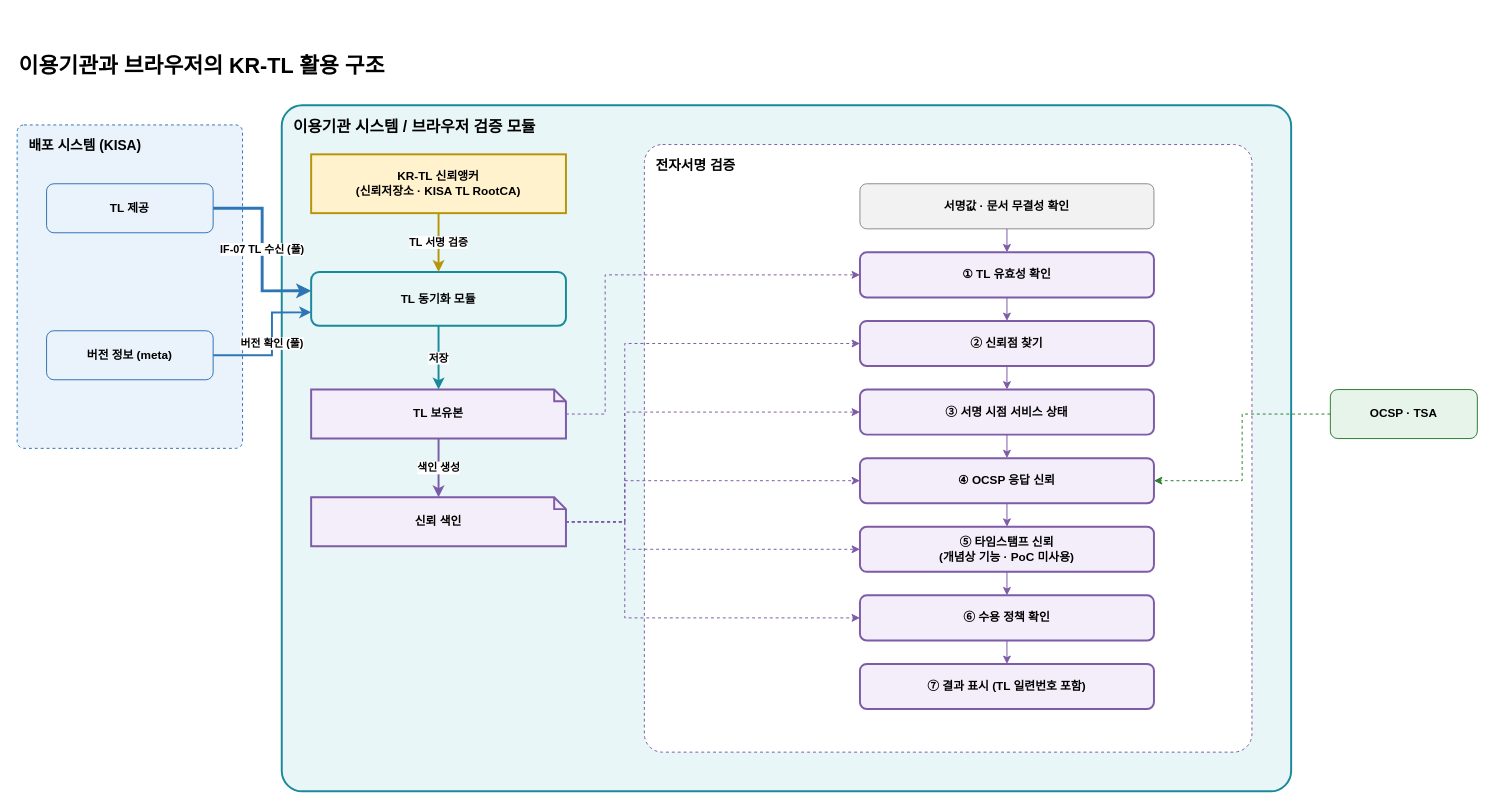
Earlier version of the draw.io diagram docs/design/KR-TL-관리시스템/완성본/diagrams/krtl-rp-tl-usage.drawio (yongsungkim-electcerti/kr-dss). Source tidied: cells renumbered, new cells numbered last; positions are measured from the earlier drawing's top-left corner, leaving out a move shared by most shapes. Both pictures are drawn from the tidied source at 98%, with x=0, y=0 at pixel (17, 46).
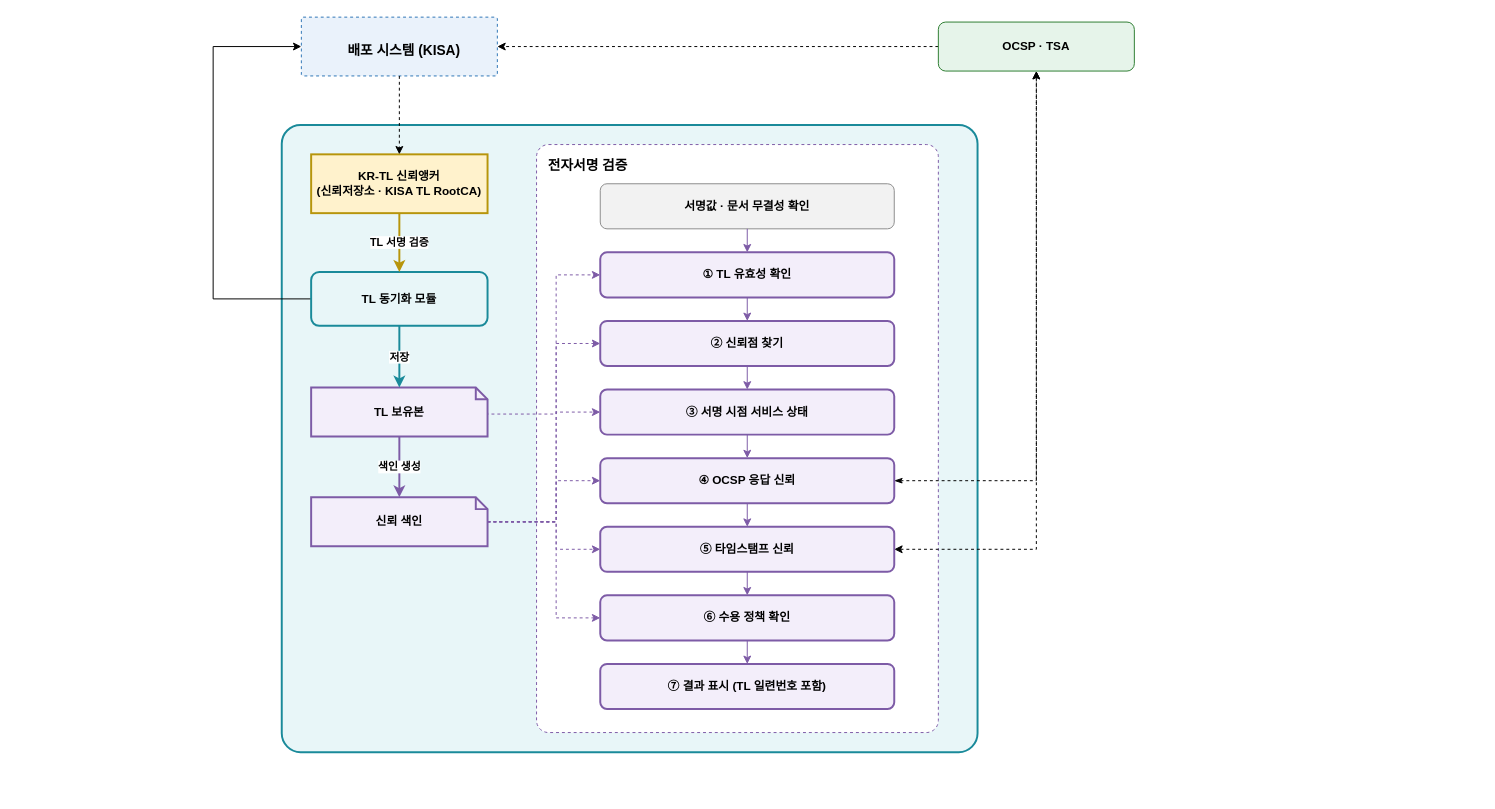
The same page after the edit.

Change to the diagram source:
```diff
@@
-<mxGraphModel>
+<mxGraphModel background="light-dark(#ffffff, #121212)">
@@
-    <mxCell id="2" value="이용기관과 브라우저의 KR-TL 활용 구조" style="text;html=1;fontSize=22;fontStyle=1;align=left;verticalAlign=middle;" parent="1" vertex="1">
-      <mxGeometry width="700" height="40" as="geometry" />
-    </mxCell>
-    <mxCell id="3" value="배포 시스템 (KISA)" style="rounded=1;arcSize=3;dashed=1;fillColor=#eaf2fb;strokeColor=#2e75b6;strokeWidth=1;fontStyle=1;fontSize=14;verticalAlign=top;align=left;spacingLeft=10;spacingTop=6;" parent="1" vertex="1">
-      <mxGeometry y="80" width="230" height="330" as="geometry" />
+    <mxCell id="3" value="배포 시스템 (KISA)" style="rounded=1;arcSize=3;dashed=1;fillColor=#eaf2fb;strokeColor=#2e75b6;strokeWidth=1;fontStyle=1;fontSize=14;verticalAlign=middle;align=center;spacingLeft=10;spacingTop=6;" parent="1" vertex="1">
+      <mxGeometry x="290" y="-30" width="200" height="60" as="geometry" />
     </mxCell>
-    <mxCell id="4" value="TL 제공" style="rounded=1;whiteSpace=wrap;html=1;fillColor=#eaf2fb;strokeColor=#2e75b6;strokeWidth=1;fontStyle=1;fontSize=12;" parent="1" vertex="1">
-      <mxGeometry x="30" y="140" width="170" height="50" as="geometry" />
-    </mxCell>
-    <mxCell id="5" value="버전 정보 (meta)" style="rounded=1;whiteSpace=wrap;html=1;fillColor=#eaf2fb;strokeColor=#2e75b6;strokeWidth=1;fontStyle=1;fontSize=12;" parent="1" vertex="1">
-      <mxGeometry x="30" y="290" width="170" height="50" as="geometry" />
-    </mxCell>
-    <mxCell id="6" value="이용기관 시스템 / 브라우저 검증 모듈" style="rounded=1;arcSize=3;fillColor=#e8f6f8;strokeColor=#1a8a9a;strokeWidth=2;fontStyle=1;fontSize=16;verticalAlign=top;align=left;spacingLeft=10;spacingTop=6;" parent="1" vertex="1">
-      <mxGeometry x="270" y="60" width="1030" height="700" as="geometry" />
+    <mxCell id="6" style="rounded=1;arcSize=3;fillColor=#e8f6f8;strokeColor=#1a8a9a;strokeWidth=2;fontStyle=1;fontSize=16;verticalAlign=top;align=left;spacingLeft=10;spacingTop=6;" parent="1" vertex="1">
+      <mxGeometry x="270" y="80" width="710" height="640" as="geometry" />
     </mxCell>
     <mxCell id="7" value="KR-TL 신뢰앵커&lt;br&gt;(신뢰저장소 · KISA TL RootCA)" style="rounded=0;whiteSpace=wrap;html=1;fillColor=#fff2cc;strokeColor=#b7950b;strokeWidth=2;fontStyle=1;fontSize=12;" parent="1" vertex="1">
-      <mxGeometry x="300" y="110" width="260" height="60" as="geometry" />
+      <mxGeometry x="300" y="110" width="180" height="60" as="geometry" />
     </mxCell>
+    <mxCell id="40" style="edgeStyle=orthogonalEdgeStyle;rounded=0;jettySize=auto;html=1;entryX=0;entryY=0.5;entryDx=0;entryDy=0;" parent="1" edge="1" source="8" target="3">
+      <mxGeometry x="0.13" relative="1" as="geometry">
+        <Array as="points">
+          <mxPoint x="200" y="257.5" />
+          <mxPoint x="200" />
+        </Array>
+      </mxGeometry>
+    </mxCell>
     <mxCell id="8" value="TL 동기화 모듈" style="rounded=1;whiteSpace=wrap;html=1;fillColor=#e8f6f8;strokeColor=#1a8a9a;strokeWidth=2;fontStyle=1;fontSize=12;" parent="1" vertex="1">
-      <mxGeometry x="300" y="230" width="260" height="55" as="geometry" />
+      <mxGeometry x="300" y="230" width="180" height="55" as="geometry" />
     </mxCell>
     <mxCell id="9" value="TL 보유본" style="shape=note;size=12;whiteSpace=wrap;html=1;fillColor=#f3eefa;strokeColor=#7d5ba6;strokeWidth=2;fontStyle=1;fontSize=12;" parent="1" vertex="1">
-      <mxGeometry x="300" y="350" width="260" height="50" as="geometry" />
+      <mxGeometry x="300" y="348" width="180" height="50" as="geometry" />
     </mxCell>
     <mxCell id="10" value="신뢰 색인" style="shape=note;size=12;whiteSpace=wrap;html=1;fillColor=#f3eefa;strokeColor=#7d5ba6;strokeWidth=2;fontStyle=1;fontSize=12;" parent="1" vertex="1">
-      <mxGeometry x="300" y="460" width="260" height="50" as="geometry" />
+      <mxGeometry x="300" y="460" width="180" height="50" as="geometry" />
     </mxCell>
     <mxCell id="11" value="전자서명 검증" style="rounded=1;arcSize=3;dashed=1;fillColor=#ffffff;strokeColor=#7d5ba6;strokeWidth=1;fontStyle=1;fontSize=14;verticalAlign=top;align=left;spacingLeft=10;spacingTop=6;" parent="1" vertex="1">
-      <mxGeometry x="640" y="100" width="620" height="620" as="geometry" />
+      <mxGeometry x="530" y="100" width="410" height="600" as="geometry" />
     </mxCell>
     <mxCell id="12" value="서명값 · 문서 무결성 확인" style="rounded=1;whiteSpace=wrap;html=1;fillColor=#f2f2f2;strokeColor=#8c8c8c;strokeWidth=1;fontStyle=1;fontSize=12;" parent="1" vertex="1">
-      <mxGeometry x="860" y="140" width="300" height="46" as="geometry" />
+      <mxGeometry x="595" y="140" width="300" height="46" as="geometry" />
     </mxCell>
     <mxCell id="13" value="① TL 유효성 확인" style="rounded=1;whiteSpace=wrap;html=1;fillColor=#f3eefa;strokeColor=#7d5ba6;strokeWidth=2;fontStyle=1;fontSize=12;" parent="1" vertex="1">
-      <mxGeometry x="860" y="210" width="300" height="46" as="geometry" />
+      <mxGeometry x="595" y="210" width="300" height="46" as="geometry" />
     </mxCell>
@@
     <mxCell id="15" value="② 신뢰점 찾기" style="rounded=1;whiteSpace=wrap;html=1;fillColor=#f3eefa;strokeColor=#7d5ba6;strokeWidth=2;fontStyle=1;fontSize=12;" parent="1" vertex="1">
-      <mxGeometry x="860" y="280" width="300" height="46" as="geometry" />
+      <mxGeometry x="595" y="280" width="300" height="46" as="geometry" />
     </mxCell>
@@
     <mxCell id="17" value="③ 서명 시점 서비스 상태" style="rounded=1;whiteSpace=wrap;html=1;fillColor=#f3eefa;strokeColor=#7d5ba6;strokeWidth=2;fontStyle=1;fontSize=12;" parent="1" vertex="1">
-      <mxGeometry x="860" y="350" width="300" height="46" as="geometry" />
+      <mxGeometry x="595" y="350" width="300" height="46" as="geometry" />
     </mxCell>
@@
+    <mxCell id="41" style="edgeStyle=orthogonalEdgeStyle;rounded=0;jettySize=auto;html=1;entryX=0.5;entryY=1;entryDx=0;entryDy=0;startArrow=classicThin;startFill=1;dashed=1;" parent="1" edge="1" source="19" target="27">
+      <mxGeometry relative="1" as="geometry" />
+    </mxCell>
     <mxCell id="19" value="④ OCSP 응답 신뢰" style="rounded=1;whiteSpace=wrap;html=1;fillColor=#f3eefa;strokeColor=#7d5ba6;strokeWidth=2;fontStyle=1;fontSize=12;" parent="1" vertex="1">
-      <mxGeometry x="860" y="420" width="300" height="46" as="geometry" />
+      <mxGeometry x="595" y="420" width="300" height="46" as="geometry" />
     </mxCell>
@@
+    <mxCell id="42" style="edgeStyle=orthogonalEdgeStyle;rounded=0;jettySize=auto;html=1;dashed=1;startArrow=classic;startFill=1;entryX=0.5;entryY=1;entryDx=0;entryDy=0;" parent="1" edge="1" source="21" target="27">
+      <mxGeometry x="-0.02" relative="1" as="geometry" />
+    </mxCell>
-    <mxCell id="21" value="⑤ 타임스탬프 신뢰&lt;br&gt;(개념상 기능 · PoC 미사용)" style="rounded=1;whiteSpace=wrap;html=1;fillColor=#f3eefa;strokeColor=#7d5ba6;strokeWidth=2;fontStyle=1;fontSize=12;" parent="1" vertex="1">
-      <mxGeometry x="860" y="490" width="300" height="46" as="geometry" />
+    <mxCell id="21" value="⑤ 타임스탬프 신뢰" style="rounded=1;whiteSpace=wrap;html=1;fillColor=#f3eefa;strokeColor=#7d5ba6;strokeWidth=2;fontStyle=1;fontSize=12;" parent="1" vertex="1">
+      <mxGeometry x="595" y="490" width="300" height="46" as="geometry" />
     </mxCell>
@@
     <mxCell id="23" value="⑥ 수용 정책 확인" style="rounded=1;whiteSpace=wrap;html=1;fillColor=#f3eefa;strokeColor=#7d5ba6;strokeWidth=2;fontStyle=1;fontSize=12;" parent="1" vertex="1">
-      <mxGeometry x="860" y="560" width="300" height="46" as="geometry" />
+      <mxGeometry x="595" y="560" width="300" height="46" as="geometry" />
     </mxCell>
@@
     <mxCell id="25" value="⑦ 결과 표시 (TL 일련번호 포함)" style="rounded=1;whiteSpace=wrap;html=1;fillColor=#f3eefa;strokeColor=#7d5ba6;strokeWidth=2;fontStyle=1;fontSize=12;" parent="1" vertex="1">
-      <mxGeometry x="860" y="630" width="300" height="46" as="geometry" />
+      <mxGeometry x="595" y="630" width="300" height="46" as="geometry" />
     </mxCell>
@@
+    <mxCell id="43" style="edgeStyle=orthogonalEdgeStyle;rounded=0;jettySize=auto;html=1;entryX=1;entryY=0.5;entryDx=0;entryDy=0;dashed=1;" parent="1" edge="1" source="27" target="3">
+      <mxGeometry relative="1" as="geometry" />
+    </mxCell>
-    <mxCell id="27" value="OCSP · TSA" style="rounded=1;whiteSpace=wrap;html=1;fillColor=#e6f4ea;strokeColor=#2e7d32;strokeWidth=1;fontStyle=1;fontSize=12;" parent="1" vertex="1">
-      <mxGeometry x="1340" y="350" width="150" height="50" as="geometry" />
+    <mxCell id="27" value="OCSP · TSA" style="rounded=1;whiteSpace=wrap;html=1;fillColor=#e6f4ea;strokeColor=#2e7d32;strokeWidth=1;fontStyle=1;fontSize=12;align=center;" parent="1" vertex="1">
+      <mxGeometry x="940" y="-25" width="200" height="50" as="geometry" />
     </mxCell>
-    <mxCell id="28" value="IF-07 TL 수신 (풀)" style="edgeStyle=orthogonalEdgeStyle;rounded=0;html=1;fontSize=11;fontStyle=1;labelBackgroundColor=#ffffff;strokeColor=#2e75b6;strokeWidth=3;exitX=1;exitY=0.5;entryX=0;entryY=0.35;" parent="1" edge="1" source="4" target="8">
-      <mxGeometry relative="1" as="geometry" />
-    </mxCell>
-    <mxCell id="29" value="버전 확인 (풀)" style="edgeStyle=orthogonalEdgeStyle;rounded=0;html=1;fontSize=11;fontStyle=1;labelBackgroundColor=#ffffff;strokeColor=#2e75b6;strokeWidth=2;exitX=1;exitY=0.5;entryX=0;entryY=0.75;" parent="1" edge="1" source="5" target="8">
-      <mxGeometry relative="1" as="geometry">
-        <Array as="points">
-          <mxPoint x="260" y="315" />
-          <mxPoint x="260" y="271" />
-        </Array>
-      </mxGeometry>
-    </mxCell>
@@
     <mxCell id="33" style="edgeStyle=orthogonalEdgeStyle;rounded=0;html=1;fontSize=11;fontStyle=1;labelBackgroundColor=#ffffff;strokeColor=#7d5ba6;strokeWidth=1;exitX=1;exitY=0.5;entryX=0;entryY=0.5;dashed=1;" parent="1" edge="1" source="9" target="13">
       <mxGeometry relative="1" as="geometry">
         <Array as="points">
-          <mxPoint x="600" y="375" />
-          <mxPoint x="600" y="233" />
+          <mxPoint x="550" y="375" />
+          <mxPoint x="550" y="233" />
         </Array>
       </mxGeometry>
     </mxCell>
     <mxCell id="34" style="edgeStyle=orthogonalEdgeStyle;rounded=0;html=1;fontSize=11;fontStyle=1;labelBackgroundColor=#ffffff;strokeColor=#7d5ba6;strokeWidth=1;exitX=1;exitY=0.5;entryX=0;entryY=0.5;dashed=1;" parent="1" edge="1" source="10" target="15">
       <mxGeometry relative="1" as="geometry">
         <Array as="points">
-          <mxPoint x="620" y="485" />
-          <mxPoint x="620" y="303" />
+          <mxPoint x="550" y="485" />
+          <mxPoint x="550" y="303" />
         </Array>
       </mxGeometry>
     </mxCell>
     <mxCell id="35" style="edgeStyle=orthogonalEdgeStyle;rounded=0;html=1;fontSize=11;fontStyle=1;labelBackgroundColor=#ffffff;strokeColor=#7d5ba6;strokeWidth=1;exitX=1;exitY=0.5;entryX=0;entryY=0.5;dashed=1;" parent="1" edge="1" source="10" target="17">
       <mxGeometry relative="1" as="geometry">
         <Array as="points">
-          <mxPoint x="620" y="485" />
-          <mxPoint x="620" y="373" />
+          <mxPoint x="550" y="485" />
+          <mxPoint x="550" y="373" />
         </Array>
       </mxGeometry>
     </mxCell>
     <mxCell id="36" style="edgeStyle=orthogonalEdgeStyle;rounded=0;html=1;fontSize=11;fontStyle=1;labelBackgroundColor=#ffffff;strokeColor=#7d5ba6;strokeWidth=1;exitX=1;exitY=0.5;entryX=0;entryY=0.5;dashed=1;" parent="1" edge="1" source="10" target="19">
       <mxGeometry relative="1" as="geometry">
         <Array as="points">
-          <mxPoint x="620" y="485" />
-          <mxPoint x="620" y="443" />
+          <mxPoint x="550" y="485" />
+          <mxPoint x="550" y="443" />
         </Array>
       </mxGeometry>
     </mxCell>
     <mxCell id="37" style="edgeStyle=orthogonalEdgeStyle;rounded=0;html=1;fontSize=11;fontStyle=1;labelBackgroundColor=#ffffff;strokeColor=#7d5ba6;strokeWidth=1;exitX=1;exitY=0.5;entryX=0;entryY=0.5;dashed=1;" parent="1" edge="1" source="10" target="21">
       <mxGeometry relative="1" as="geometry">
         <Array as="points">
-          <mxPoint x="620" y="485" />
-          <mxPoint x="620" y="513" />
+          <mxPoint x="550" y="485" />
+          <mxPoint x="550" y="513" />
         </Array>
       </mxGeometry>
     </mxCell>
     <mxCell id="38" style="edgeStyle=orthogonalEdgeStyle;rounded=0;html=1;fontSize=11;fontStyle=1;labelBackgroundColor=#ffffff;strokeColor=#7d5ba6;strokeWidth=1;exitX=1;exitY=0.5;entryX=0;entryY=0.5;dashed=1;" parent="1" edge="1" source="10" target="23">
       <mxGeometry relative="1" as="geometry">
         <Array as="points">
-          <mxPoint x="620" y="485" />
-          <mxPoint x="620" y="583" />
+          <mxPoint x="550" y="485" />
+          <mxPoint x="550" y="583" />
         </Array>
       </mxGeometry>
     </mxCell>
-    <mxCell id="39" style="edgeStyle=orthogonalEdgeStyle;rounded=0;html=1;fontSize=11;fontStyle=1;labelBackgroundColor=#ffffff;strokeColor=#2e7d32;strokeWidth=1;exitX=0;exitY=0.5;entryX=1;entryY=0.5;dashed=1;" parent="1" edge="1" source="27" target="19">
-      <mxGeometry relative="1" as="geometry" />
-    </mxCell>
+    <mxCell id="44" style="edgeStyle=orthogonalEdgeStyle;rounded=0;jettySize=auto;html=1;exitX=0.5;exitY=1;exitDx=0;exitDy=0;dashed=1;" parent="1" edge="1" source="3" target="7">
+      <mxGeometry relative="1" as="geometry" />
+    </mxCell>
```
